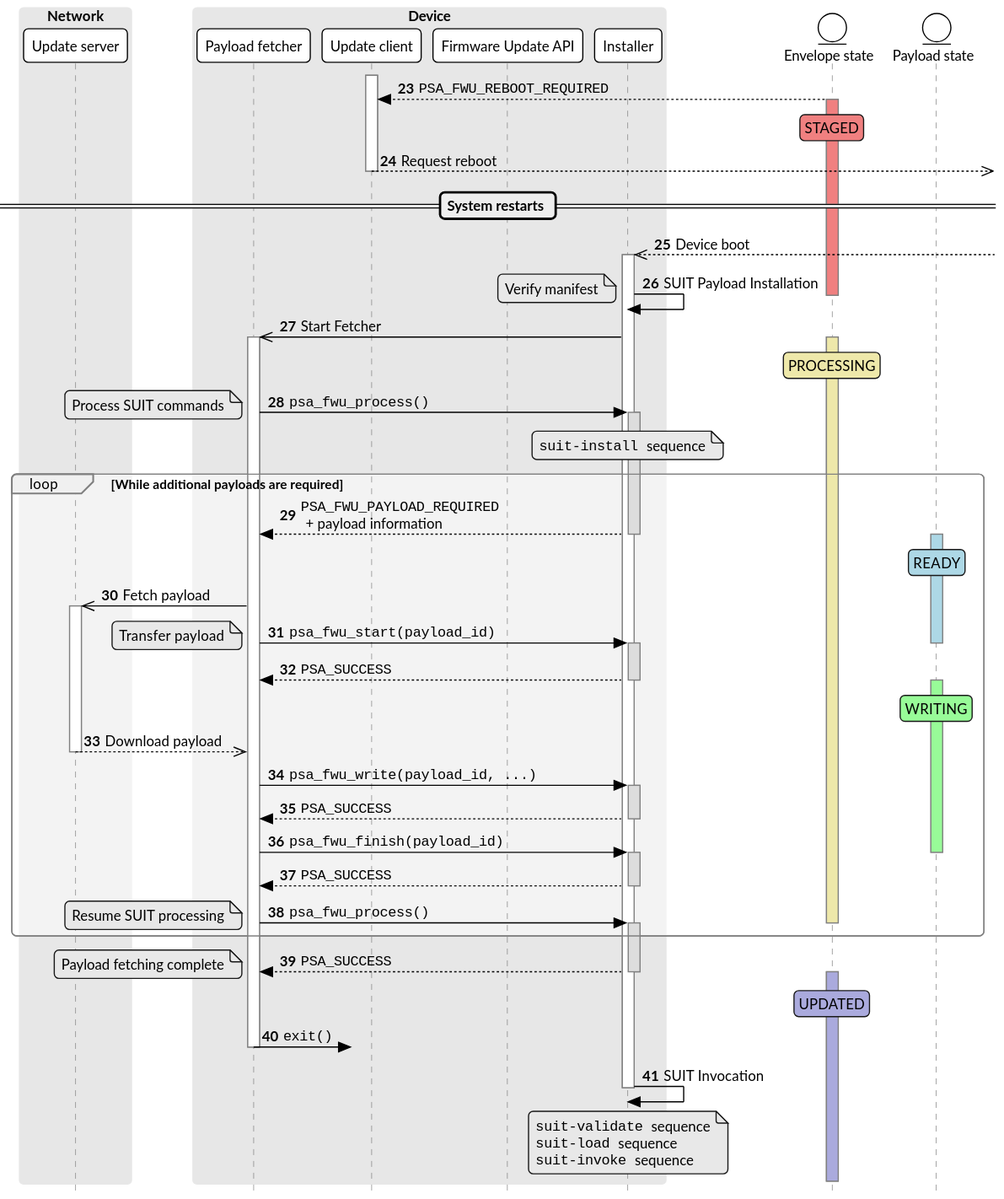
The PlantUML diagram design/rfc-01-fwu-suit/installer-sequence.svg in ARM-software/psa-api, before a commit. Its source is kept beside it as design/rfc-01-fwu-suit/installer-sequence.puml. Its diagram source:
```plantuml
@startuml

!include atg-spec.pumh


box Network
participant "Update server" as server
end box
box Device
participant "Payload fetcher" as fetcher
participant "Update client" as client
participant "Firmware Update API" as api
participant "Installer" as installer
end box
entity "Envelope state" as envelope
entity "Payload state" as payload

autonumber 23
activate client

client <-- envelope : ""PSA_FWU_REBOOT_REQUIRED""
activate envelope #LightCoral
rnote over envelope #LightCoral: STAGED

client -->>] --: Request reboot

== System restarts ==

installer <<--] ++ : Device boot

installer -> installer: SUIT Payload Installation
note left
    Verify manifest
end note
deactivate envelope
fetcher <<- installer ++: Start Fetcher
activate envelope #PaleGoldenRod
rnote over envelope #PaleGoldenRod: PROCESSING

fetcher -> installer: ""psa_fwu_process()""
note left: Process SUIT commands
note over installer: ""suit-install ""sequence
activate installer #ddd

loop While additional payloads are required
    return ""PSA_FWU_PAYLOAD_REQUIRED""\n  + payload information
    activate payload #LightBlue
    rnote over payload #LightBlue: READY

    server <<- fetcher ++ : Fetch payload
    fetcher -> installer: ""psa_fwu_start(payload_id)""
    note left: Transfer payload
    deactivate payload
    activate installer #ddd
    return ""PSA_SUCCESS""
    activate payload #PaleGreen
    rnote over payload #PaleGreen: WRITING

    server -->> fetcher --: Download payload
    fetcher -> installer: ""psa_fwu_write(payload_id, ...)""
    activate installer #ddd
    return ""PSA_SUCCESS""

    fetcher -> installer: ""psa_fwu_finish(payload_id)""
    deactivate payload
    activate installer #ddd
    return ""PSA_SUCCESS""

    fetcher -> installer: ""psa_fwu_process()""
    note left: Resume SUIT processing
    deactivate envelope
    activate installer #ddd
end

fetcher <-- installer --: ""PSA_SUCCESS""
note left: Payload fetching complete
activate envelope #aad
rnote over envelope #aad: UPDATED

fetcher ->? : ""exit()""
deactivate fetcher

installer -> installer: SUIT Invocation
deactivate installer
note over installer
    ""suit-validate ""sequence
    ""suit-load ""sequence
    ""suit-invoke ""sequence
end note


@enduml
```
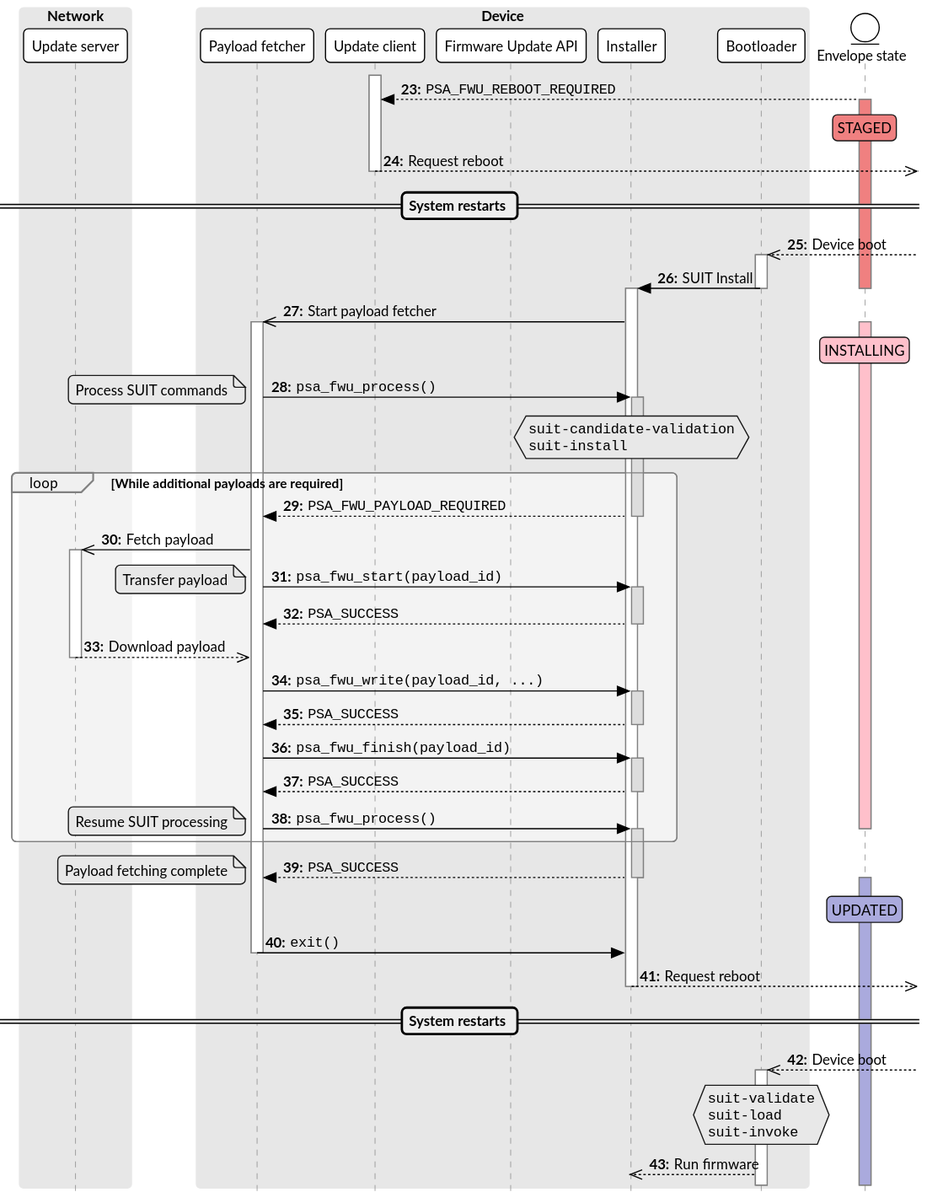
After the commit.

Commit message:
FWU/SUIT proposal v0.5

What changed in the source:
```diff
@@ -11,11 +11,11 @@
 participant "Update client" as client
 participant "Firmware Update API" as api
 participant "Installer" as installer
+participant "Bootloader" as boot
 end box
 entity "Envelope state" as envelope
-entity "Payload state" as payload
 
-autonumber 23
+autonumber 23 "<b>#:"
 activate client
 
 client <-- envelope : ""PSA_FWU_REBOOT_REQUIRED""
@@ -26,35 +26,30 @@
 
 == System restarts ==
 
-installer <<--] ++ : Device boot
+boot <<--] ++ : Device boot
 
-installer -> installer: SUIT Payload Installation
-note left
-    Verify manifest
-end note
+installer <- boot --++ : SUIT Install
 deactivate envelope
-fetcher <<- installer ++: Start Fetcher
-activate envelope #PaleGoldenRod
-rnote over envelope #PaleGoldenRod: PROCESSING
+fetcher <<- installer ++: Start payload fetcher
+activate envelope #Pink
+rnote over envelope #Pink: INSTALLING
 
 fetcher -> installer: ""psa_fwu_process()""
 note left: Process SUIT commands
-note over installer: ""suit-install ""sequence
+hnote over installer
+    ""suit-candidate-validation""
+    ""suit-install""
+end note
 activate installer #ddd
 
 loop While additional payloads are required
-    return ""PSA_FWU_PAYLOAD_REQUIRED""\n  + payload information
-    activate payload #LightBlue
-    rnote over payload #LightBlue: READY
+    return ""PSA_FWU_PAYLOAD_REQUIRED""
 
     server <<- fetcher ++ : Fetch payload
     fetcher -> installer: ""psa_fwu_start(payload_id)""
     note left: Transfer payload
-    deactivate payload
     activate installer #ddd
     return ""PSA_SUCCESS""
-    activate payload #PaleGreen
-    rnote over payload #PaleGreen: WRITING
 
     server -->> fetcher --: Download payload
     fetcher -> installer: ""psa_fwu_write(payload_id, ...)""
@@ -62,7 +57,6 @@
     return ""PSA_SUCCESS""
 
     fetcher -> installer: ""psa_fwu_finish(payload_id)""
-    deactivate payload
     activate installer #ddd
     return ""PSA_SUCCESS""
 
@@ -77,16 +71,21 @@
 activate envelope #aad
 rnote over envelope #aad: UPDATED
 
-fetcher ->? : ""exit()""
+fetcher -> installer : ""exit()""
 deactivate fetcher
 
-installer -> installer: SUIT Invocation
-deactivate installer
-note over installer
-    ""suit-validate ""sequence
-    ""suit-load ""sequence
-    ""suit-invoke ""sequence
+installer -->>] --: Request reboot
+
+== System restarts ==
+
+boot <<--] ++ : Device boot
+
+hnote over boot
+    ""suit-validate""
+    ""suit-load""
+    ""suit-invoke""
 end note
 
+?<<-- boot: Run firmware
 
 @enduml
```
